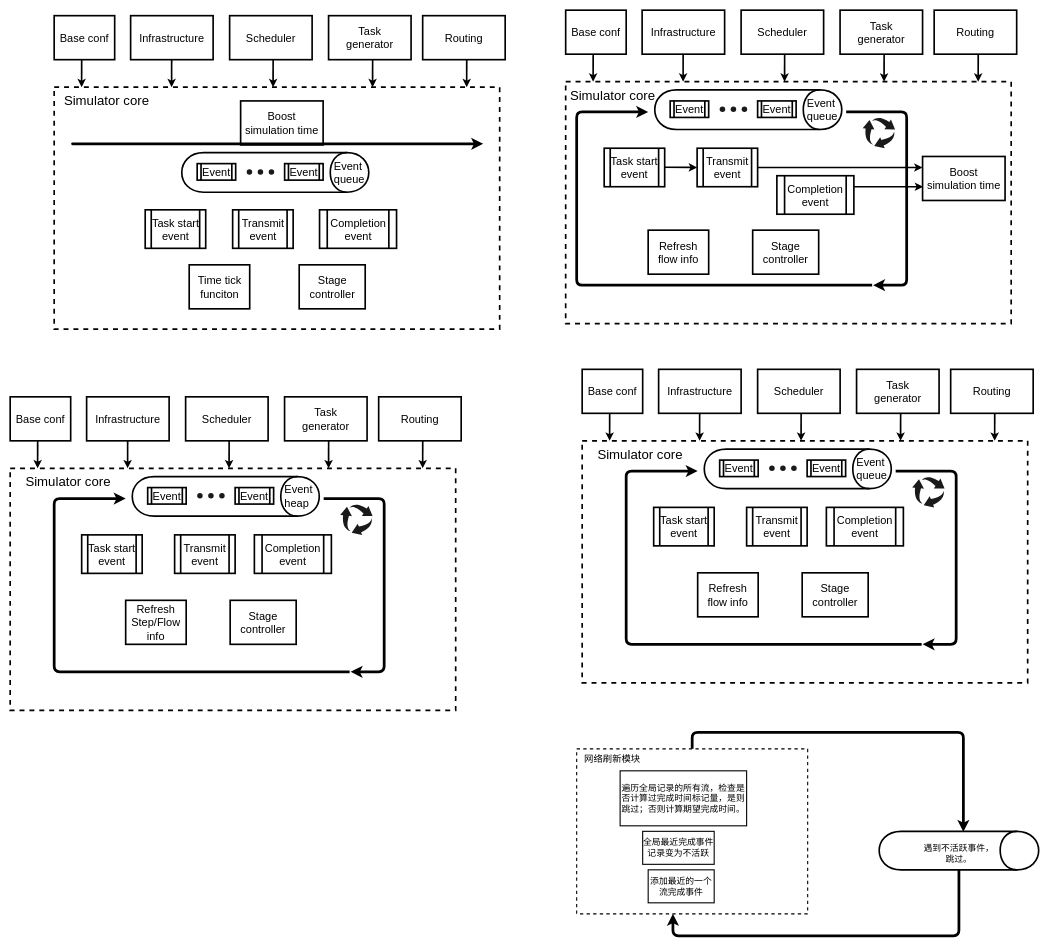
caopeirui/app.diagrams.net keeps this draw.io diagram as rapidNetSim_paper/rapidNetSim_structure.drawio. Above is the earlier version. Source tidied: cells renumbered, new cells numbered last; positions are measured from the earlier drawing's top-left corner, leaving out a move shared by most shapes. Both pictures are drawn from the tidied source at 55%, with x=0, y=0 at pixel (10, 10).
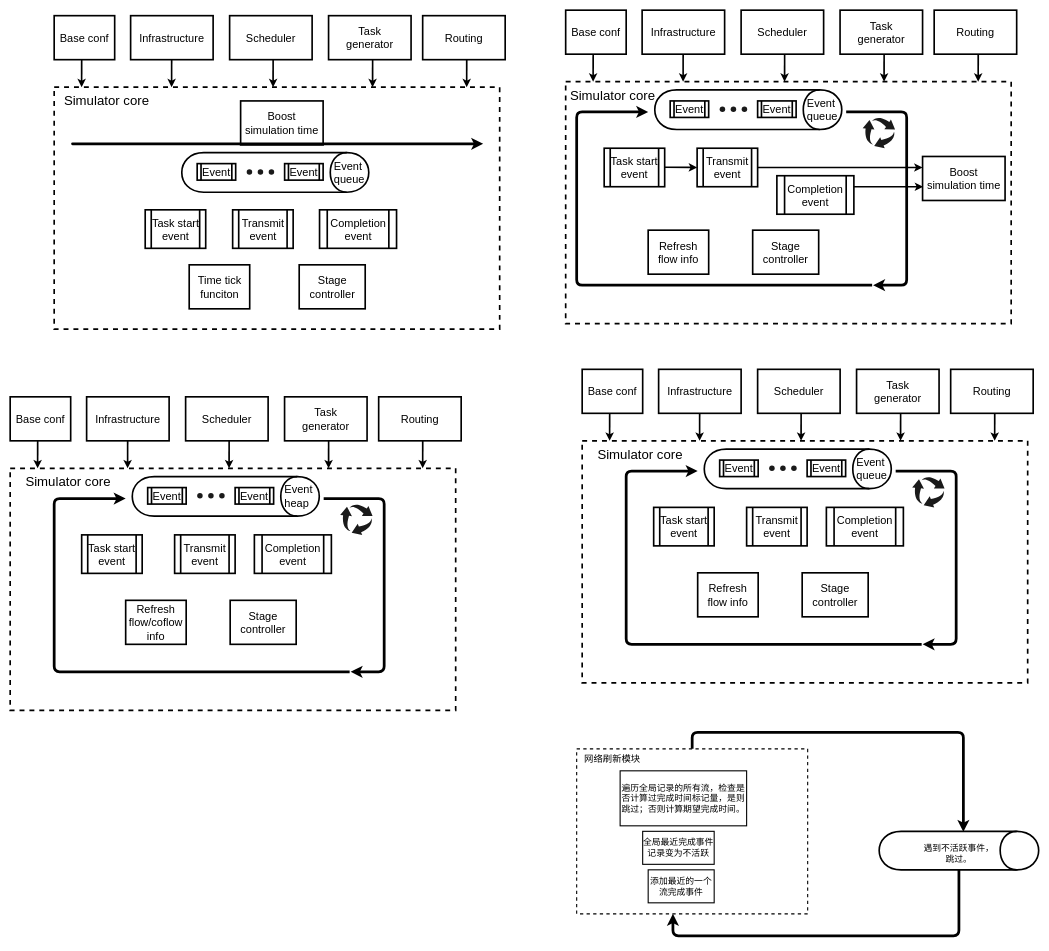
The same diagram, later.

Change to the diagram source:
```diff
@@
-    <mxCell id="107" value="&lt;font style=&quot;font-size: 20px&quot;&gt;Refresh &lt;br&gt;Step/Flow info&lt;/font&gt;" style="rounded=0;whiteSpace=wrap;html=1;shadow=0;glass=0;comic=0;labelBackgroundColor=none;strokeWidth=3;fillColor=none;" parent="1" vertex="1">
+    <mxCell id="107" value="&lt;font style=&quot;font-size: 20px&quot;&gt;Refresh &lt;br&gt;flow/coflow info&lt;/font&gt;" style="rounded=0;whiteSpace=wrap;html=1;shadow=0;glass=0;comic=0;labelBackgroundColor=none;strokeWidth=3;fillColor=none;" parent="1" vertex="1">
       <mxGeometry x="210" y="1073" width="110" height="80" as="geometry" />
     </mxCell>
```
